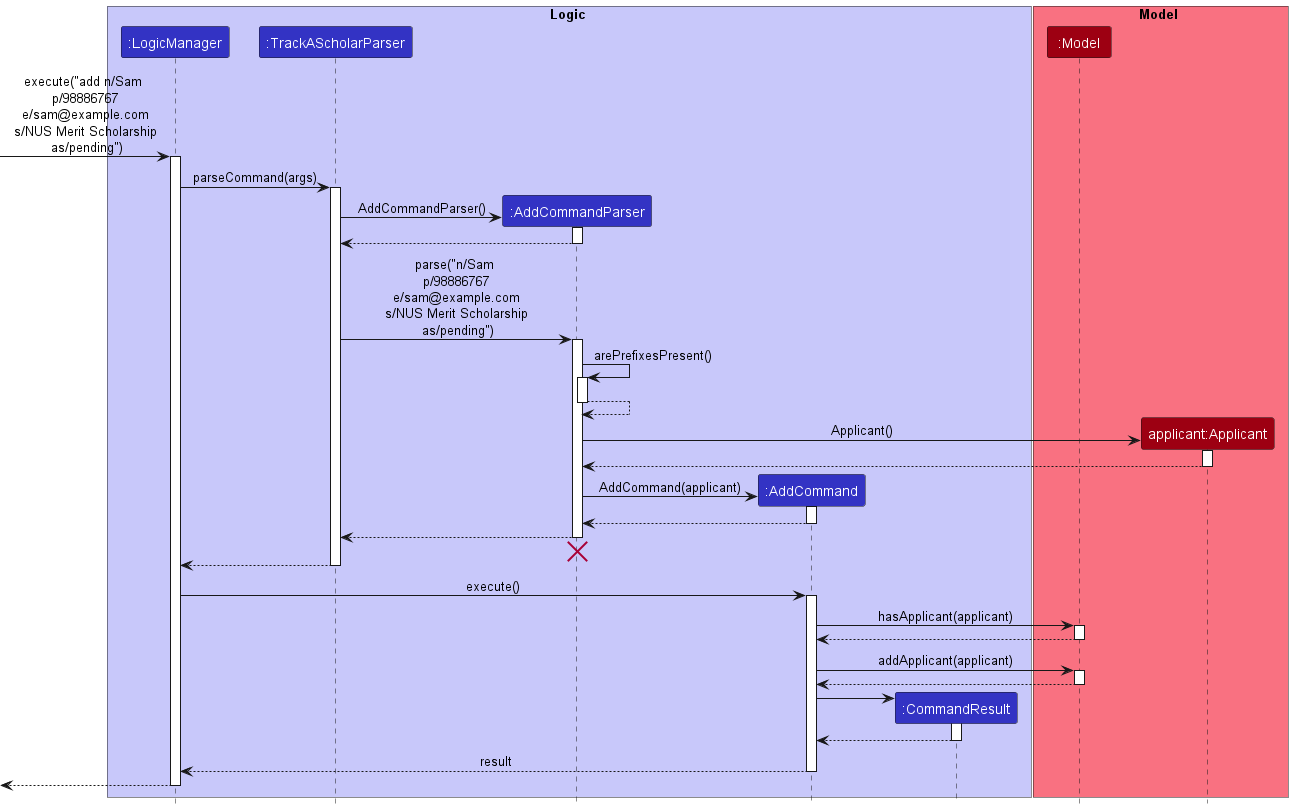
Earlier version of the PlantUML export docs/images/AddSequenceDiagram.png (nus-cs2103-AY2223S1/tp).
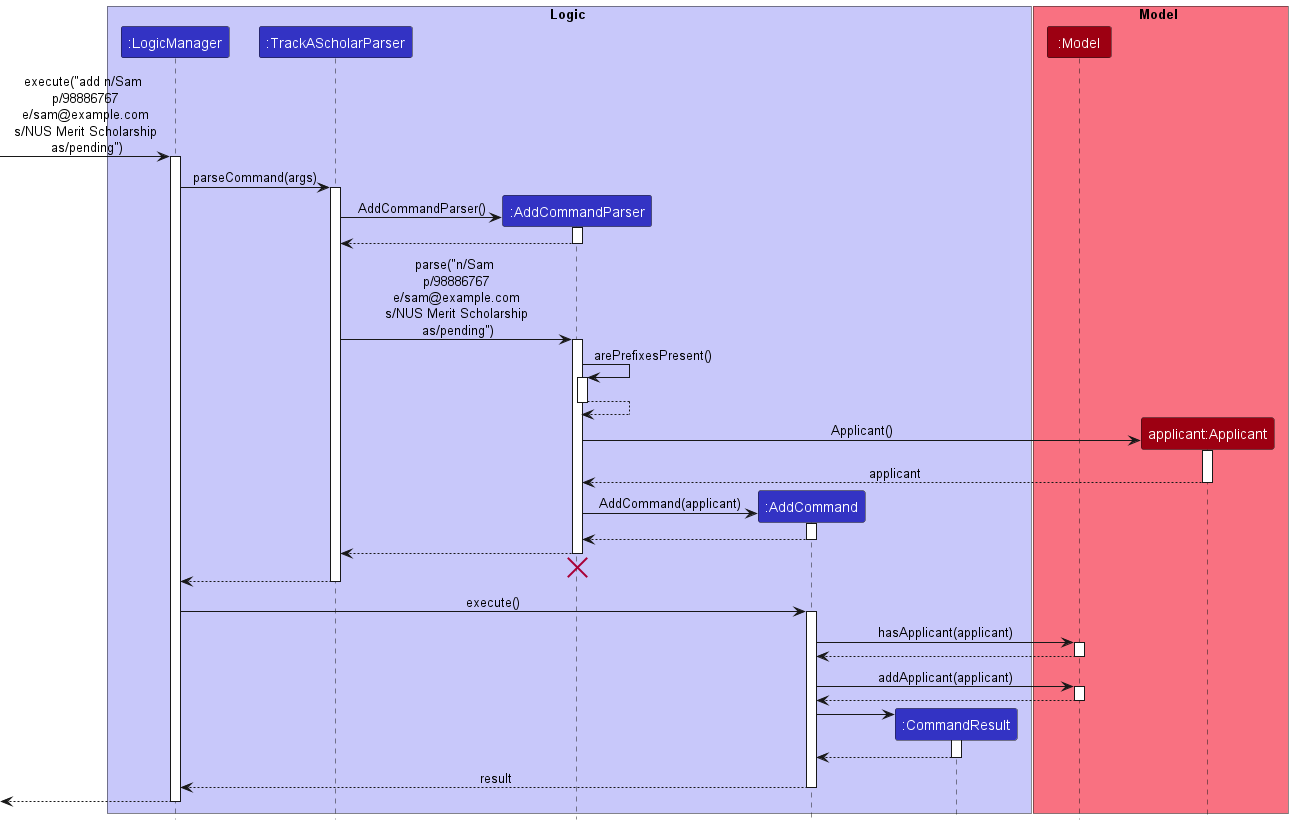
After the commit.

Change to the diagram source:
```diff
@@ -44,7 +44,7 @@
 AddCommandParser -> Applicant : Applicant()
 activate Applicant
 
-Applicant --> AddCommandParser
+Applicant --> AddCommandParser : applicant
 deactivate Applicant
 
 create AddCommand
```
